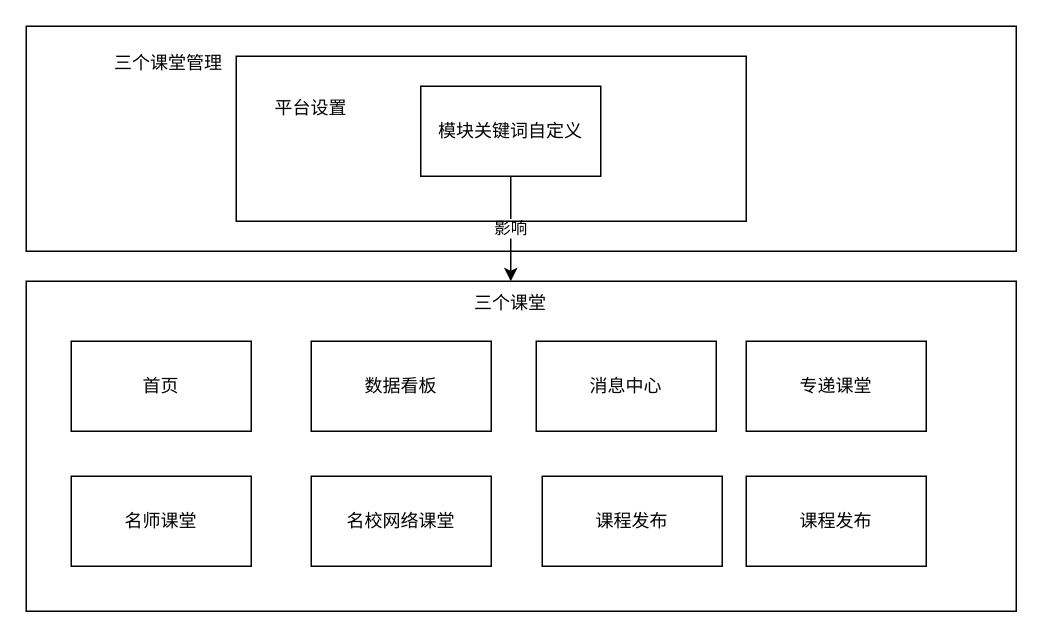
The draw.io diagram Dependency.drawio in NgChiKin/diagrams-uml, before the edit. Source tidied: cells renumbered, new cells numbered last; positions are measured from the earlier drawing's top-left corner, leaving out a move shared by most shapes. Both pictures are drawn from the tidied source at 150%, with x=0, y=0 at pixel (26, 26).
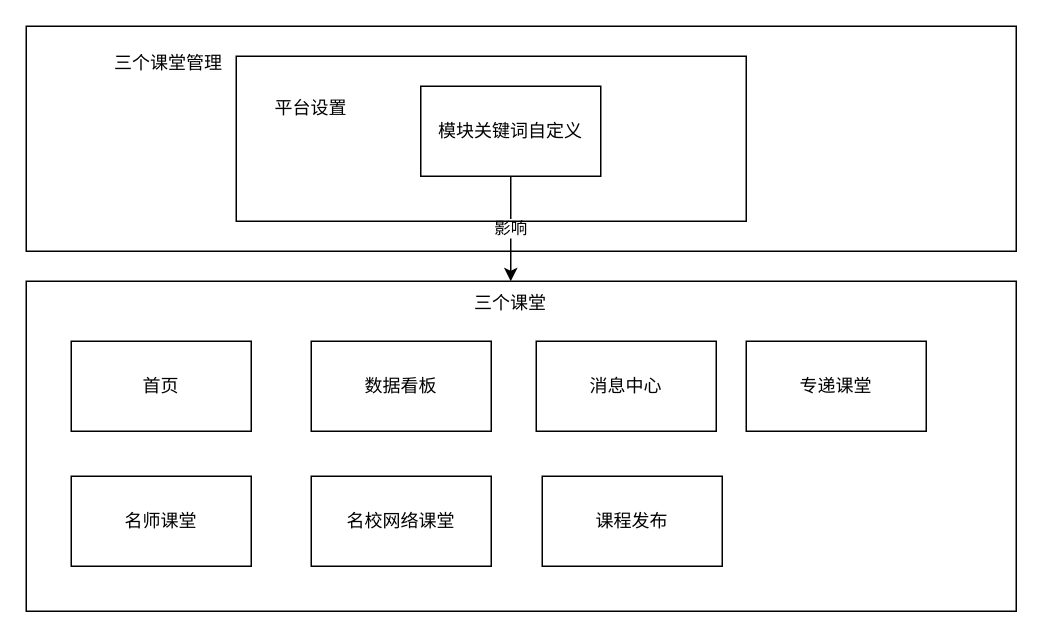
Above is the later version.

The edit, as a diff of the source:
```diff
@@
 <mxGraphModel>
   <root>
     <mxCell id="0" />
     <mxCell id="1" parent="0" />
     <mxCell id="2" style="rounded=0;whiteSpace=wrap;html=1;fillColor=none;" parent="1" vertex="1">
       <mxGeometry y="170" width="660" height="220" as="geometry" />
     </mxCell>
     <mxCell id="3" value="影响" style="edgeStyle=orthogonalEdgeStyle;curved=1;jettySize=auto;html=1;exitX=0.5;exitY=1;exitDx=0;exitDy=0;entryX=0.5;entryY=0;entryDx=0;entryDy=0;" parent="1" edge="1" source="4" target="11">
       <mxGeometry relative="1" as="geometry" />
     </mxCell>
     <mxCell id="4" value="模块关键词自定义" style="rounded=0;whiteSpace=wrap;html=1;fillColor=none;" parent="1" vertex="1">
       <mxGeometry x="263" y="40" width="120" height="60" as="geometry" />
     </mxCell>
     <mxCell id="5" value="首页" style="rounded=0;whiteSpace=wrap;html=1;fillColor=none;" parent="1" vertex="1">
       <mxGeometry x="30" y="210" width="120" height="60" as="geometry" />
     </mxCell>
     <mxCell id="6" value="数据看板" style="rounded=0;whiteSpace=wrap;html=1;fillColor=none;" parent="1" vertex="1">
       <mxGeometry x="190" y="210" width="120" height="60" as="geometry" />
     </mxCell>
     <mxCell id="7" value="消息中心" style="rounded=0;whiteSpace=wrap;html=1;fillColor=none;" parent="1" vertex="1">
       <mxGeometry x="340" y="210" width="120" height="60" as="geometry" />
     </mxCell>
     <mxCell id="8" value="专递课堂" style="rounded=0;whiteSpace=wrap;html=1;fillColor=none;" parent="1" vertex="1">
       <mxGeometry x="480" y="210" width="120" height="60" as="geometry" />
     </mxCell>
     <mxCell id="9" value="名师课堂" style="rounded=0;whiteSpace=wrap;html=1;fillColor=none;" parent="1" vertex="1">
       <mxGeometry x="30" y="300" width="120" height="60" as="geometry" />
     </mxCell>
     <mxCell id="10" value="名校网络课堂" style="rounded=0;whiteSpace=wrap;html=1;fillColor=none;" parent="1" vertex="1">
       <mxGeometry x="190" y="300" width="120" height="60" as="geometry" />
     </mxCell>
     <mxCell id="11" value="三个课堂" style="text;html=1;strokeColor=none;fillColor=none;align=center;verticalAlign=middle;whiteSpace=wrap;rounded=0;" parent="1" vertex="1">
       <mxGeometry x="270" y="170" width="106" height="30" as="geometry" />
     </mxCell>
     <mxCell id="12" value="课程发布" style="rounded=0;whiteSpace=wrap;html=1;fillColor=none;" parent="1" vertex="1">
       <mxGeometry x="344" y="300" width="120" height="60" as="geometry" />
     </mxCell>
-    <mxCell id="13" value="课程发布" style="rounded=0;whiteSpace=wrap;html=1;fillColor=none;" parent="1" vertex="1">
-      <mxGeometry x="480" y="300" width="120" height="60" as="geometry" />
-    </mxCell>
     <mxCell id="14" style="rounded=0;whiteSpace=wrap;html=1;fillColor=none;" parent="1" vertex="1">
       <mxGeometry width="660" height="150" as="geometry" />
     </mxCell>
     <mxCell id="15" value="三个课堂管理" style="text;html=1;strokeColor=none;fillColor=none;align=center;verticalAlign=middle;whiteSpace=wrap;rounded=0;" parent="1" vertex="1">
       <mxGeometry x="30" y="10" width="130" height="30" as="geometry" />
     </mxCell>
     <mxCell id="16" style="rounded=0;whiteSpace=wrap;html=1;fillColor=none;" parent="1" vertex="1">
       <mxGeometry x="140" y="20" width="340" height="110" as="geometry" />
     </mxCell>
     <mxCell id="17" value="平台设置" style="text;html=1;strokeColor=none;fillColor=none;align=center;verticalAlign=middle;whiteSpace=wrap;rounded=0;" parent="1" vertex="1">
       <mxGeometry x="160" y="40" width="60" height="30" as="geometry" />
     </mxCell>
   </root>
 </mxGraphModel>
```
